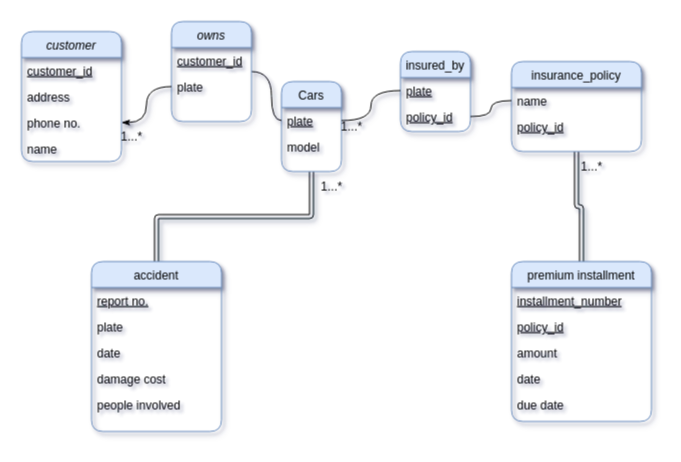
Before: 6-1.drawio in Promptamir/ER-short-notes, a draw.io diagram. Source tidied: cells renumbered, new cells numbered last; positions are measured from the earlier drawing's top-left corner, leaving out a move shared by most shapes. Both pictures are drawn from the tidied source at 100%, with x=0, y=0 at pixel (21, 21).
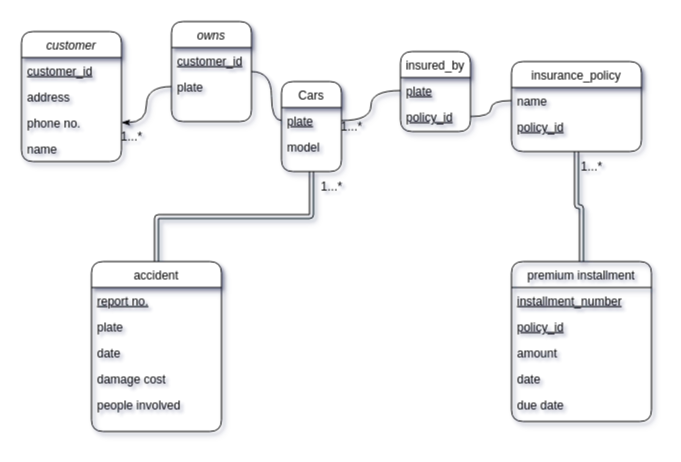
Above is the later version.

Unchanged cells that the change refers to:
```xml
<mxCell id="37" value="amount" style="text;align=left;verticalAlign=top;spacingLeft=4;spacingRight=4;overflow=hidden;points=[[0,0.5],[1,0.5]];portConstraint=eastwest;fontStyle=0;shadow=1;rounded=1;" parent="34" vertex="1">
  <mxGeometry y="78" width="140" height="26" as="geometry" />
</mxCell>
```

Diff of the diagram source:
```diff
@@
-    <mxCell id="2" value="customer" style="swimlane;fontStyle=2;align=center;verticalAlign=top;horizontal=1;startSize=26;rounded=1;shadow=1;strokeWidth=1;fillColor=#dae8fc;strokeColor=#6c8ebf;" parent="1" vertex="1">
+    <mxCell id="2" value="customer" style="swimlane;fontStyle=2;align=center;verticalAlign=top;horizontal=1;startSize=26;rounded=1;shadow=1;strokeWidth=1;" parent="1" vertex="1">
       <mxGeometry y="10" width="100" height="130" as="geometry" />
     </mxCell>
@@
-    <mxCell id="8" value="Cars" style="swimlane;fontStyle=0;align=center;verticalAlign=top;horizontal=1;startSize=26;rounded=1;shadow=1;strokeWidth=1;fillColor=#dae8fc;strokeColor=#6c8ebf;" parent="1" vertex="1">
+    <mxCell id="8" value="Cars" style="swimlane;fontStyle=0;align=center;verticalAlign=top;horizontal=1;startSize=26;rounded=1;shadow=1;strokeWidth=1;" parent="1" vertex="1">
       <mxGeometry x="260" y="60" width="60" height="90" as="geometry" />
     </mxCell>
@@
-    <mxCell id="12" value="owns" style="swimlane;fontStyle=2;align=center;verticalAlign=top;horizontal=1;startSize=26;rounded=1;shadow=1;strokeWidth=1;fillColor=#dae8fc;strokeColor=#6c8ebf;" parent="1" vertex="1">
+    <mxCell id="12" value="owns" style="swimlane;fontStyle=2;align=center;verticalAlign=top;horizontal=1;startSize=26;rounded=1;shadow=1;strokeWidth=1;" parent="1" vertex="1">
       <mxGeometry x="150" width="80" height="100" as="geometry" />
     </mxCell>
@@
-    <mxCell id="16" value="insured_by" style="swimlane;fontStyle=0;align=center;verticalAlign=top;horizontal=1;startSize=26;rounded=1;shadow=1;strokeWidth=1;fillColor=#dae8fc;strokeColor=#6c8ebf;" parent="1" vertex="1">
+    <mxCell id="16" value="insured_by" style="swimlane;fontStyle=0;align=center;verticalAlign=top;horizontal=1;startSize=26;rounded=1;shadow=1;strokeWidth=1;" parent="1" vertex="1">
       <mxGeometry x="379" y="30" width="70" height="80" as="geometry" />
     </mxCell>
@@
-    <mxCell id="20" value="insurance_policy" style="swimlane;fontStyle=0;align=center;verticalAlign=top;horizontal=1;startSize=26;rounded=1;shadow=1;strokeWidth=1;fillColor=#dae8fc;strokeColor=#6c8ebf;" parent="1" vertex="1">
+    <mxCell id="20" value="insurance_policy" style="swimlane;fontStyle=0;align=center;verticalAlign=top;horizontal=1;startSize=26;rounded=1;shadow=1;strokeWidth=1;" parent="1" vertex="1">
       <mxGeometry x="490" y="40" width="130" height="90" as="geometry" />
     </mxCell>
@@
-    <mxCell id="27" value="accident" style="swimlane;fontStyle=0;align=center;verticalAlign=top;horizontal=1;startSize=26;rounded=1;shadow=1;strokeWidth=1;fillColor=#dae8fc;strokeColor=#6c8ebf;" parent="1" vertex="1">
+    <mxCell id="27" value="accident" style="swimlane;fontStyle=0;align=center;verticalAlign=top;horizontal=1;startSize=26;rounded=1;shadow=1;strokeWidth=1;" parent="1" vertex="1">
       <mxGeometry x="70" y="240" width="130" height="170" as="geometry" />
     </mxCell>
@@
-    <mxCell id="34" value="premium installment" style="swimlane;fontStyle=0;align=center;verticalAlign=top;horizontal=1;startSize=26;rounded=1;shadow=1;strokeWidth=1;fillColor=#dae8fc;strokeColor=#6c8ebf;" parent="1" vertex="1">
+    <mxCell id="34" value="premium installment" style="swimlane;fontStyle=0;align=center;verticalAlign=top;horizontal=1;startSize=26;rounded=1;shadow=1;strokeWidth=1;fillColor=none;" parent="1" vertex="1">
       <mxGeometry x="490" y="240" width="140" height="160" as="geometry" />
     </mxCell>
@@
-    <mxCell id="36" value="policy_id" style="text;align=left;verticalAlign=top;spacingLeft=4;spacingRight=4;overflow=hidden;fontStyle=4;shadow=1;rounded=1;" parent="34" vertex="1">
+    <mxCell id="36" value="policy_id" style="text;align=left;verticalAlign=top;spacingLeft=4;spacingRight=4;overflow=hidden;fontStyle=4;shadow=1;rounded=1;strokeColor=none;strokeWidth=0;perimeterSpacing=0;dashed=1;glass=0;sketch=0;fillColor=none;labelBackgroundColor=none;labelBorderColor=none;" parent="34" vertex="1">
       <mxGeometry y="52" width="140" height="26" as="geometry" />
     </mxCell>
+    <mxCell id="41" style="endArrow=none;dashed=1;html=1;dashPattern=1 3;strokeWidth=2;rounded=0;" parent="34" edge="1" target="37">
+      <mxGeometry relative="1" as="geometry">
+        <mxPoint x="7" y="78" as="sourcePoint" />
+      </mxGeometry>
+    </mxCell>
```
